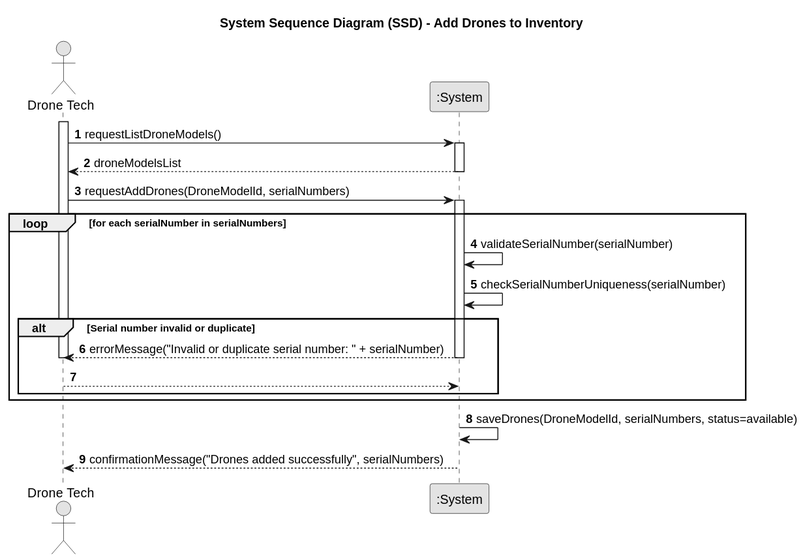
The PlantUML diagram docs/planning/sprint2/EAPLI/US241 - Add drone to the inventory/01.requirements-engineering/svg/us241-system-sequence-diagram-System_Sequence_Diagram__SSD____Drone_Model_Creation.svg in SAEmanuel/Shodrone_ISEP, before a commit. Source of this version:
```plantuml
@startuml
skinparam monochrome true
skinparam packageStyle rectangle
skinparam shadowing false

title System Sequence Diagram (SSD) - Add Drones to Inventory

autonumber

actor "Drone Tech" as DT
participant ":System" as System

activate DT

DT -> System: requestListDroneModels()
activate System
System --> DT: droneModelsList
deactivate System

DT -> System: requestAddDrones(DroneModelId, serialNumbers)
activate System

loop for each serialNumber in serialNumbers
    System -> System: validateSerialNumber(serialNumber)
    System -> System: checkSerialNumberUniqueness(serialNumber)
    alt Serial number invalid or duplicate
        System --> DT: errorMessage("Invalid or duplicate serial number: " + serialNumber)
        deactivate System
        deactivate DT
        return
    end
end

System -> System: saveDrones(DroneModelId, serialNumbers, status=available)
System --> DT: confirmationMessage("Drones added successfully", serialNumbers)

deactivate System
deactivate DT
@enduml
```
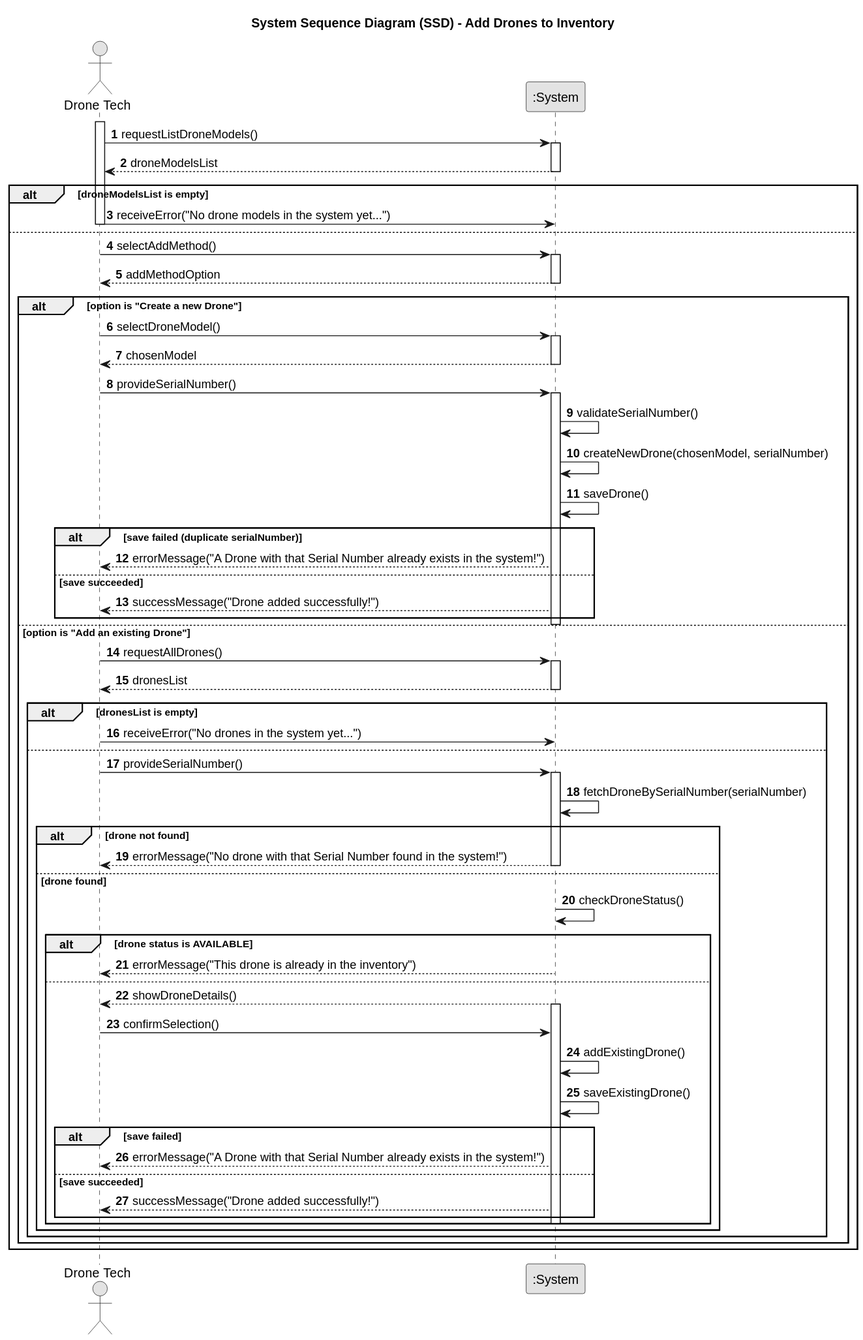
Above is the later version.

What changed in the source:
```diff
@@ -17,23 +17,74 @@
 System --> DT: droneModelsList
 deactivate System
 
-DT -> System: requestAddDrones(DroneModelId, serialNumbers)
-activate System
+alt droneModelsList is empty
+    DT -> System: receiveError("No drone models in the system yet...")
+    deactivate System
+    deactivate DT
+else
+    DT -> System: selectAddMethod()
+    activate System
+    System --> DT: addMethodOption
+    deactivate System
 
-loop for each serialNumber in serialNumbers
-    System -> System: validateSerialNumber(serialNumber)
-    System -> System: checkSerialNumberUniqueness(serialNumber)
-    alt Serial number invalid or duplicate
-        System --> DT: errorMessage("Invalid or duplicate serial number: " + serialNumber)
+    alt option is "Create a new Drone"
+        DT -> System: selectDroneModel()
+        activate System
+        System --> DT: chosenModel
         deactivate System
-        deactivate DT
-        return
+
+        DT -> System: provideSerialNumber()
+        activate System
+        System -> System: validateSerialNumber()
+        System -> System: createNewDrone(chosenModel, serialNumber)
+        System -> System: saveDrone()
+        alt save failed (duplicate serialNumber)
+            System --> DT: errorMessage("A Drone with that Serial Number already exists in the system!")
+        else save succeeded
+            System --> DT: successMessage("Drone added successfully!")
+        end
+        deactivate System
+
+    else option is "Add an existing Drone"
+        DT -> System: requestAllDrones()
+        activate System
+        System --> DT: dronesList
+        deactivate System
+
+        alt dronesList is empty
+            DT -> System: receiveError("No drones in the system yet...")
+            deactivate System
+            deactivate DT
+        else
+            DT -> System: provideSerialNumber()
+            activate System
+            System -> System: fetchDroneBySerialNumber(serialNumber)
+            alt drone not found
+                System --> DT: errorMessage("No drone with that Serial Number found in the system!")
+                deactivate System
+            else drone found
+                System -> System: checkDroneStatus()
+                alt drone status is AVAILABLE
+                    System --> DT: errorMessage("This drone is already in the inventory")
+                    deactivate System
+                else
+                    System --> DT: showDroneDetails()
+                    activate System
+                    DT -> System: confirmSelection()
+                    System -> System: addExistingDrone()
+                    System -> System: saveExistingDrone()
+                    alt save failed
+                        System --> DT: errorMessage("A Drone with that Serial Number already exists in the system!")
+                    else save succeeded
+                        System --> DT: successMessage("Drone added successfully!")
+                    end
+                    deactivate System
+                end
+            end
+            deactivate System
+        end
     end
 end
 
-System -> System: saveDrones(DroneModelId, serialNumbers, status=available)
-System --> DT: confirmationMessage("Drones added successfully", serialNumbers)
-
-deactivate System
 deactivate DT
 @enduml
```
